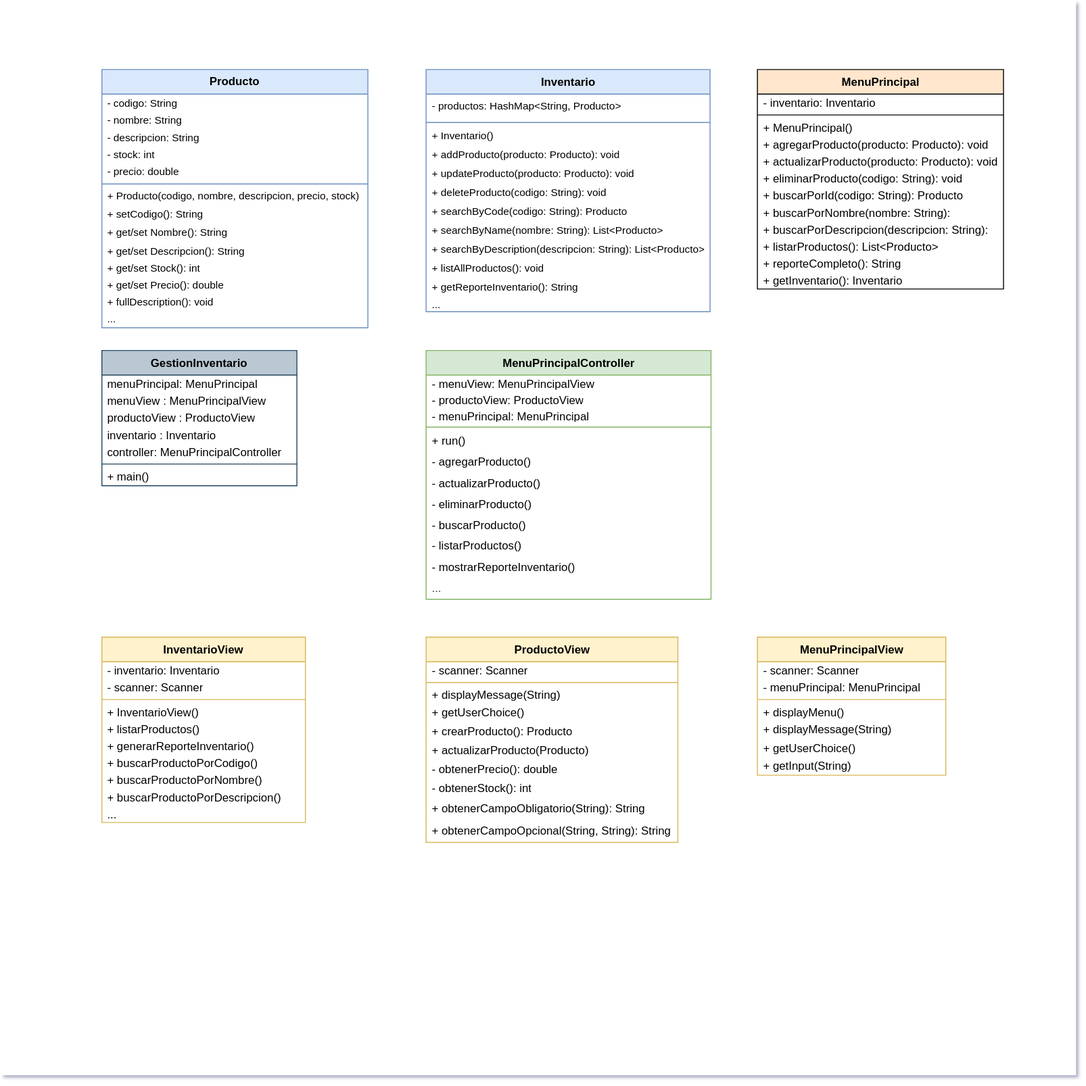
Earlier version of the draw.io export docs/GestionInventarioV2.drawio.svg (kbsg01/GestionInventarioV2). Source tidied: cells renumbered, new cells last; positions are measured from the earlier drawing's top-left corner, leaving out a move shared by most shapes.
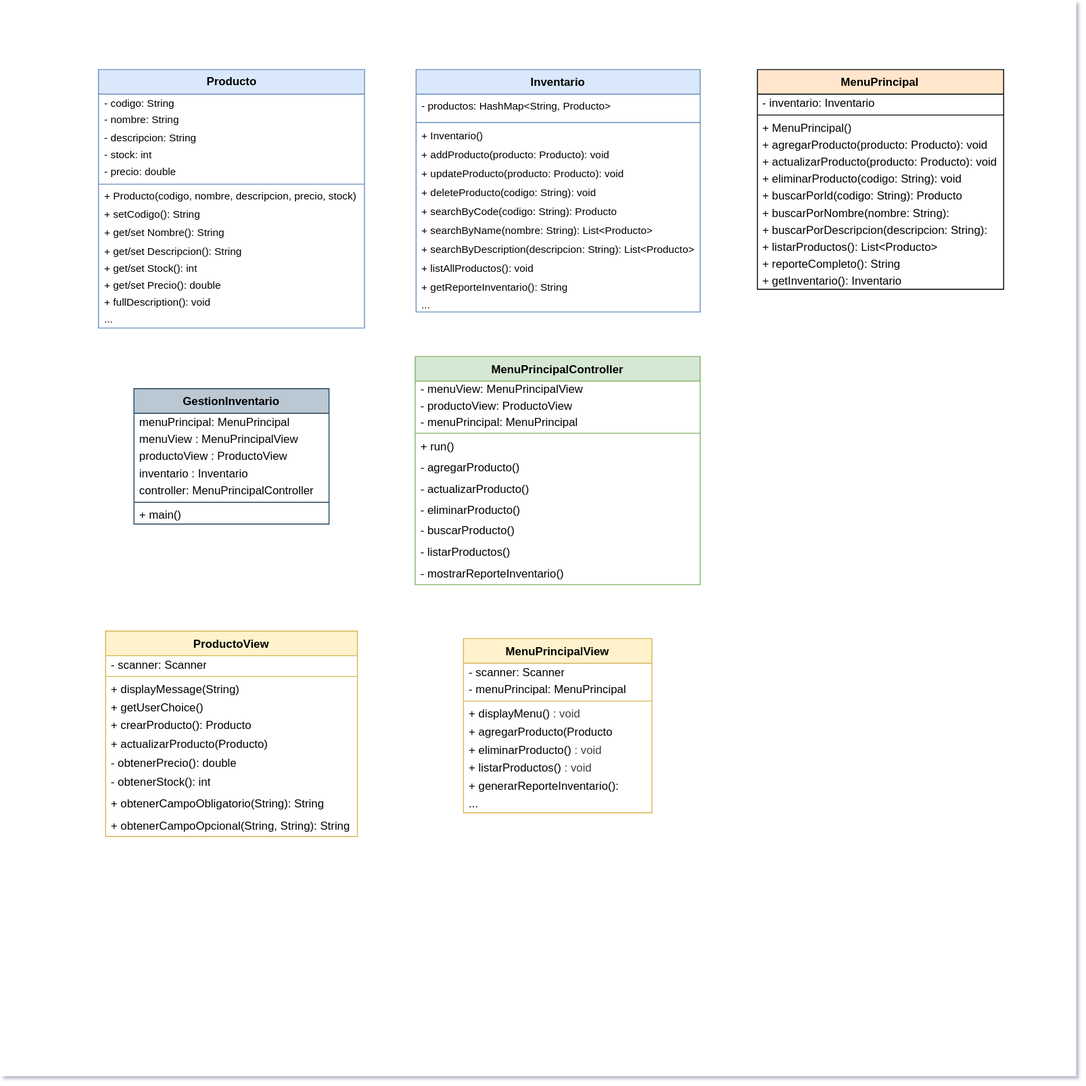
Later version of the same file.

Commit message:
Actuliza UML

Change to the diagram source:
```diff
@@ -6,7 +6,7 @@
       <mxGeometry width="1136" height="1136" as="geometry" />
     </mxCell>
     <mxCell id="3" value="Producto" style="swimlane;fontStyle=1;align=center;verticalAlign=middle;horizontal=1;startSize=26;whiteSpace=wrap;html=1;fillColor=#dae8fc;strokeColor=#6c8ebf;swimlaneFillColor=default;" parent="1" vertex="1">
-      <mxGeometry x="107" y="73" width="281" height="273" as="geometry" />
+      <mxGeometry x="103.5" y="73" width="281" height="273" as="geometry" />
     </mxCell>
     <mxCell id="4" value="- codigo: String" style="text;strokeColor=none;fillColor=none;align=left;verticalAlign=middle;spacingLeft=4;spacingRight=4;overflow=hidden;whiteSpace=wrap;html=1;fontSize=11;" parent="3" vertex="1">
       <mxGeometry y="26" width="281" height="19" as="geometry" />
@@ -51,7 +51,7 @@
       <mxGeometry y="255" width="281" height="18" as="geometry" />
     </mxCell>
     <mxCell id="18" value="Inventario" style="swimlane;fontStyle=1;align=center;verticalAlign=top;horizontal=1;startSize=26;whiteSpace=wrap;html=1;fillColor=#dae8fc;strokeColor=#6c8ebf;gradientColor=none;swimlaneFillColor=default;" parent="1" vertex="1">
-      <mxGeometry x="449.5" y="73" width="300" height="256" as="geometry" />
+      <mxGeometry x="439" y="73" width="300" height="256" as="geometry" />
     </mxCell>
     <mxCell id="19" value="- productos: HashMap&amp;lt;String, Producto&amp;gt;" style="text;strokeColor=none;fillColor=none;align=left;verticalAlign=top;spacingLeft=4;spacingRight=4;overflow=hidden;whiteSpace=wrap;html=1;fontSize=11;" parent="18" vertex="1">
       <mxGeometry y="26" width="300" height="26" as="geometry" />
@@ -89,41 +89,8 @@
     <mxCell id="30" value="..." style="text;strokeColor=none;fillColor=none;align=left;verticalAlign=middle;spacingLeft=4;spacingRight=4;overflow=hidden;whiteSpace=wrap;html=1;fontSize=11;" parent="18" vertex="1">
       <mxGeometry y="240" width="300" height="16" as="geometry" />
     </mxCell>
-    <mxCell id="31" value="InventarioView" style="swimlane;fontStyle=1;align=center;verticalAlign=top;horizontal=1;startSize=26;whiteSpace=wrap;html=1;fillColor=#fff2cc;strokeColor=#d6b656;swimlaneFillColor=default;" parent="1" vertex="1">
-      <mxGeometry x="107" y="673" width="215" height="196" as="geometry" />
-    </mxCell>
-    <mxCell id="32" value="- inventario: Inventario" style="text;strokeColor=none;fillColor=none;align=left;verticalAlign=middle;spacingLeft=4;spacingRight=4;overflow=hidden;whiteSpace=wrap;html=1;" parent="31" vertex="1">
-      <mxGeometry y="26" width="215" height="18" as="geometry" />
-    </mxCell>
-    <mxCell id="33" value="- scanner: Scanner" style="text;strokeColor=none;fillColor=none;align=left;verticalAlign=middle;spacingLeft=4;spacingRight=4;overflow=hidden;whiteSpace=wrap;html=1;" parent="31" vertex="1">
-      <mxGeometry y="44" width="215" height="18" as="geometry" />
-    </mxCell>
-    <mxCell id="34" style="line;strokeWidth=1;fillColor=none;align=left;verticalAlign=middle;spacingTop=-1;spacingLeft=3;spacingRight=3;labelPosition=right;strokeColor=inherit;" parent="31" vertex="1">
-      <mxGeometry y="62" width="215" height="8" as="geometry" />
-    </mxCell>
-    <mxCell id="35" value="+ InventarioView()" style="text;strokeColor=none;fillColor=none;align=left;verticalAlign=middle;spacingLeft=4;spacingRight=4;overflow=hidden;whiteSpace=wrap;html=1;" parent="31" vertex="1">
-      <mxGeometry y="70" width="215" height="18" as="geometry" />
-    </mxCell>
-    <mxCell id="36" value="+&amp;nbsp;listarProductos()" style="text;strokeColor=none;fillColor=none;align=left;verticalAlign=middle;spacingLeft=4;spacingRight=4;overflow=hidden;whiteSpace=wrap;html=1;" parent="31" vertex="1">
-      <mxGeometry y="88" width="215" height="18" as="geometry" />
-    </mxCell>
-    <mxCell id="37" value="+&amp;nbsp;generarReporteInventario()" style="text;strokeColor=none;fillColor=none;align=left;verticalAlign=middle;spacingLeft=4;spacingRight=4;overflow=hidden;whiteSpace=wrap;html=1;" parent="31" vertex="1">
-      <mxGeometry y="106" width="215" height="18" as="geometry" />
-    </mxCell>
-    <mxCell id="38" value="+&amp;nbsp;buscarProductoPorCodigo()" style="text;strokeColor=none;fillColor=none;align=left;verticalAlign=middle;spacingLeft=4;spacingRight=4;overflow=hidden;whiteSpace=wrap;html=1;" parent="31" vertex="1">
-      <mxGeometry y="124" width="215" height="18" as="geometry" />
-    </mxCell>
-    <mxCell id="39" value="+&amp;nbsp;buscarProductoPorNombre()" style="text;strokeColor=none;fillColor=none;align=left;verticalAlign=middle;spacingLeft=4;spacingRight=4;overflow=hidden;whiteSpace=wrap;html=1;" parent="31" vertex="1">
-      <mxGeometry y="142" width="215" height="18" as="geometry" />
-    </mxCell>
-    <mxCell id="40" value="+&amp;nbsp;buscarProductoPorDescripcion()" style="text;strokeColor=none;fillColor=none;align=left;verticalAlign=middle;spacingLeft=4;spacingRight=4;overflow=hidden;whiteSpace=wrap;html=1;" parent="31" vertex="1">
-      <mxGeometry y="160" width="215" height="18" as="geometry" />
-    </mxCell>
-    <mxCell id="41" value="..." style="text;strokeColor=none;fillColor=none;align=left;verticalAlign=middle;spacingLeft=4;spacingRight=4;overflow=hidden;whiteSpace=wrap;html=1;" parent="31" vertex="1">
-      <mxGeometry y="178" width="215" height="18" as="geometry" />
-    </mxCell>
     <mxCell id="42" value="ProductoView" style="swimlane;fontStyle=1;align=center;verticalAlign=top;horizontal=1;startSize=26;whiteSpace=wrap;html=1;fillColor=#fff2cc;strokeColor=#d6b656;swimlaneFillColor=default;" parent="1" vertex="1">
-      <mxGeometry x="449.5" y="673" width="266" height="217" as="geometry" />
+      <mxGeometry x="111" y="666" width="266" height="217" as="geometry" />
     </mxCell>
     <mxCell id="43" value="- scanner: Scanner" style="text;strokeColor=none;fillColor=none;align=left;verticalAlign=middle;spacingLeft=4;spacingRight=4;overflow=hidden;whiteSpace=wrap;html=1;" parent="42" vertex="1">
       <mxGeometry y="26" width="266" height="18" as="geometry" />
@@ -156,7 +123,7 @@
       <mxGeometry y="194" width="266" height="23" as="geometry" />
     </mxCell>
     <mxCell id="53" value="MenuPrincipalView" style="swimlane;fontStyle=1;align=center;verticalAlign=top;horizontal=1;startSize=26;whiteSpace=wrap;html=1;fillColor=#fff2cc;strokeColor=#d6b656;swimlaneFillColor=default;" parent="1" vertex="1">
-      <mxGeometry x="799.5" y="673" width="199" height="146" as="geometry" />
+      <mxGeometry x="489" y="674" width="199" height="184" as="geometry" />
     </mxCell>
     <mxCell id="54" value="- scanner: Scanner" style="text;strokeColor=none;fillColor=none;align=left;verticalAlign=middle;spacingLeft=4;spacingRight=4;overflow=hidden;whiteSpace=wrap;html=1;" parent="53" vertex="1">
       <mxGeometry y="26" width="199" height="18" as="geometry" />
@@ -167,20 +134,26 @@
     <mxCell id="56" style="line;strokeWidth=1;fillColor=none;align=left;verticalAlign=middle;spacingTop=-1;spacingLeft=3;spacingRight=3;labelPosition=right;strokeColor=inherit;" parent="53" vertex="1">
       <mxGeometry y="62" width="199" height="8" as="geometry" />
     </mxCell>
-    <mxCell id="57" value="&lt;div&gt;&lt;font color=&quot;#000000&quot;&gt;+ displayMenu()&lt;/font&gt;&lt;/div&gt;" style="text;strokeColor=none;fillColor=none;align=left;verticalAlign=middle;spacingLeft=4;spacingRight=4;overflow=hidden;whiteSpace=wrap;html=1;" parent="53" vertex="1">
+    <mxCell id="57" value="&lt;div&gt;&lt;font color=&quot;#000000&quot;&gt;+ displayMenu()&lt;/font&gt;&lt;span style=&quot;color: rgb(63, 63, 63); background-color: transparent;&quot;&gt;: void&lt;/span&gt;&lt;/div&gt;" style="text;strokeColor=none;fillColor=none;align=left;verticalAlign=middle;spacingLeft=4;spacingRight=4;overflow=hidden;whiteSpace=wrap;html=1;" parent="53" vertex="1">
       <mxGeometry y="70" width="199" height="19" as="geometry" />
     </mxCell>
+    <mxCell id="95" value="&lt;div&gt;&lt;font color=&quot;#000000&quot;&gt;+ agregarProducto(Producto producto)&lt;/font&gt;&lt;span style=&quot;color: rgb(63, 63, 63); background-color: transparent;&quot;&gt;: void&lt;/span&gt;&lt;/div&gt;" style="text;strokeColor=none;fillColor=none;align=left;verticalAlign=middle;spacingLeft=4;spacingRight=4;overflow=hidden;whiteSpace=wrap;html=1;" parent="53" vertex="1">
+      <mxGeometry y="89" width="199" height="19" as="geometry" />
+    </mxCell>
+    <mxCell id="96" value="&lt;div&gt;&lt;font color=&quot;#000000&quot;&gt;+ eliminarProducto()&lt;/font&gt;&lt;span style=&quot;color: rgb(63, 63, 63); background-color: transparent;&quot;&gt;: void&lt;/span&gt;&lt;/div&gt;" style="text;strokeColor=none;fillColor=none;align=left;verticalAlign=middle;spacingLeft=4;spacingRight=4;overflow=hidden;whiteSpace=wrap;html=1;" parent="53" vertex="1">
+      <mxGeometry y="108" width="199" height="19" as="geometry" />
+    </mxCell>
+    <mxCell id="97" value="&lt;div&gt;&lt;font color=&quot;#000000&quot;&gt;+ listarProductos()&lt;/font&gt;&lt;span style=&quot;color: rgb(63, 63, 63); background-color: transparent;&quot;&gt;: void&lt;/span&gt;&lt;/div&gt;" style="text;strokeColor=none;fillColor=none;align=left;verticalAlign=middle;spacingLeft=4;spacingRight=4;overflow=hidden;whiteSpace=wrap;html=1;" parent="53" vertex="1">
+      <mxGeometry y="127" width="199" height="19" as="geometry" />
+    </mxCell>
-    <mxCell id="58" value="&lt;div&gt;&lt;span style=&quot;background-color: transparent;&quot;&gt;+ displayMessage(String)&lt;/span&gt;&lt;/div&gt;" style="text;strokeColor=none;fillColor=none;align=left;verticalAlign=middle;spacingLeft=4;spacingRight=4;overflow=hidden;whiteSpace=wrap;html=1;" parent="53" vertex="1">
-      <mxGeometry y="89" width="199" height="19" as="geometry" />
+    <mxCell id="58" value="&lt;div&gt;&lt;span style=&quot;background-color: transparent;&quot;&gt;+&amp;nbsp;&lt;/span&gt;&lt;span style=&quot;background-color: transparent;&quot;&gt;generarReporteInventario(): String&lt;/span&gt;&lt;/div&gt;" style="text;strokeColor=none;fillColor=none;align=left;verticalAlign=middle;spacingLeft=4;spacingRight=4;overflow=hidden;whiteSpace=wrap;html=1;" parent="53" vertex="1">
+      <mxGeometry y="146" width="199" height="19" as="geometry" />
     </mxCell>
-    <mxCell id="59" value="&lt;div&gt;&lt;span style=&quot;background-color: transparent;&quot;&gt;+ getUserChoice()&lt;/span&gt;&lt;/div&gt;" style="text;strokeColor=none;fillColor=none;align=left;verticalAlign=middle;spacingLeft=4;spacingRight=4;overflow=hidden;whiteSpace=wrap;html=1;" parent="53" vertex="1">
-      <mxGeometry y="108" width="199" height="19" as="geometry" />
-    </mxCell>
-    <mxCell id="60" value="&lt;div&gt;&lt;span style=&quot;background-color: transparent;&quot;&gt;+ getInput(String)&lt;/span&gt;&lt;/div&gt;" style="text;strokeColor=none;fillColor=none;align=left;verticalAlign=middle;spacingLeft=4;spacingRight=4;overflow=hidden;whiteSpace=wrap;html=1;" parent="53" vertex="1">
-      <mxGeometry y="127" width="199" height="19" as="geometry" />
+    <mxCell id="60" value="&lt;div&gt;&lt;span style=&quot;background-color: transparent;&quot;&gt;...&lt;/span&gt;&lt;/div&gt;" style="text;strokeColor=none;fillColor=none;align=left;verticalAlign=middle;spacingLeft=4;spacingRight=4;overflow=hidden;whiteSpace=wrap;html=1;" parent="53" vertex="1">
+      <mxGeometry y="165" width="199" height="19" as="geometry" />
     </mxCell>
     <mxCell id="61" value="MenuPrincipalController" style="swimlane;fontStyle=1;align=center;verticalAlign=top;horizontal=1;startSize=26;whiteSpace=wrap;html=1;fillColor=#d5e8d4;strokeColor=#82b366;swimlaneFillColor=default;" parent="1" vertex="1">
-      <mxGeometry x="449.5" y="370" width="301" height="263" as="geometry" />
+      <mxGeometry x="438" y="376" width="301" height="241" as="geometry" />
     </mxCell>
     <mxCell id="62" value="&lt;div&gt;&lt;font color=&quot;#000000&quot;&gt;- menuView: MenuPrincipalView&lt;/font&gt;&lt;/div&gt;" style="text;strokeColor=none;fillColor=none;align=left;verticalAlign=middle;spacingLeft=4;spacingRight=4;overflow=hidden;whiteSpace=wrap;html=1;" parent="61" vertex="1">
       <mxGeometry y="26" width="301" height="17" as="geometry" />
@@ -215,9 +188,6 @@
     <mxCell id="72" value="&lt;div&gt;&lt;span style=&quot;background-color: transparent;&quot;&gt;- mostrarReporteInventario()&lt;/span&gt;&lt;/div&gt;" style="text;strokeColor=none;fillColor=none;align=left;verticalAlign=middle;spacingLeft=4;spacingRight=4;overflow=hidden;whiteSpace=wrap;html=1;" parent="61" vertex="1">
       <mxGeometry y="218" width="301" height="23" as="geometry" />
     </mxCell>
-    <mxCell id="73" value="&lt;div&gt;&lt;span style=&quot;color: rgb(63, 63, 63); background-color: transparent;&quot;&gt;...&lt;/span&gt;&lt;/div&gt;" style="text;strokeColor=none;fillColor=none;align=left;verticalAlign=middle;spacingLeft=4;spacingRight=4;overflow=hidden;whiteSpace=wrap;html=1;" parent="61" vertex="1">
-      <mxGeometry y="241" width="301" height="22" as="geometry" />
-    </mxCell>
     <mxCell id="74" value="MenuPrincipal" style="swimlane;fontStyle=1;align=center;verticalAlign=top;horizontal=1;startSize=26;whiteSpace=wrap;html=1;fillColor=#FFE6CC;swimlaneFillColor=default;" parent="1" vertex="1">
       <mxGeometry x="799.5" y="73" width="260" height="232" as="geometry" />
     </mxCell>
@@ -258,7 +228,7 @@
       <mxGeometry y="214" width="260" height="18" as="geometry" />
     </mxCell>
     <mxCell id="87" value="GestionInventario" style="swimlane;fontStyle=1;align=center;verticalAlign=top;horizontal=1;startSize=26;whiteSpace=wrap;html=1;fillColor=#bac8d3;strokeColor=#23445d;swimlaneFillColor=default;" parent="1" vertex="1">
-      <mxGeometry x="107" y="370" width="206" height="143" as="geometry" />
+      <mxGeometry x="141" y="410" width="206" height="143" as="geometry" />
     </mxCell>
     <mxCell id="88" value="menuPrincipal:&amp;nbsp;&lt;span style=&quot;color: rgb(0, 0, 0);&quot;&gt;MenuPrincipal&lt;/span&gt;" style="text;strokeColor=none;fillColor=none;align=left;verticalAlign=middle;spacingLeft=4;spacingRight=4;overflow=hidden;whiteSpace=wrap;html=1;" parent="87" vertex="1">
       <mxGeometry y="26" width="206" height="18" as="geometry" />
```
